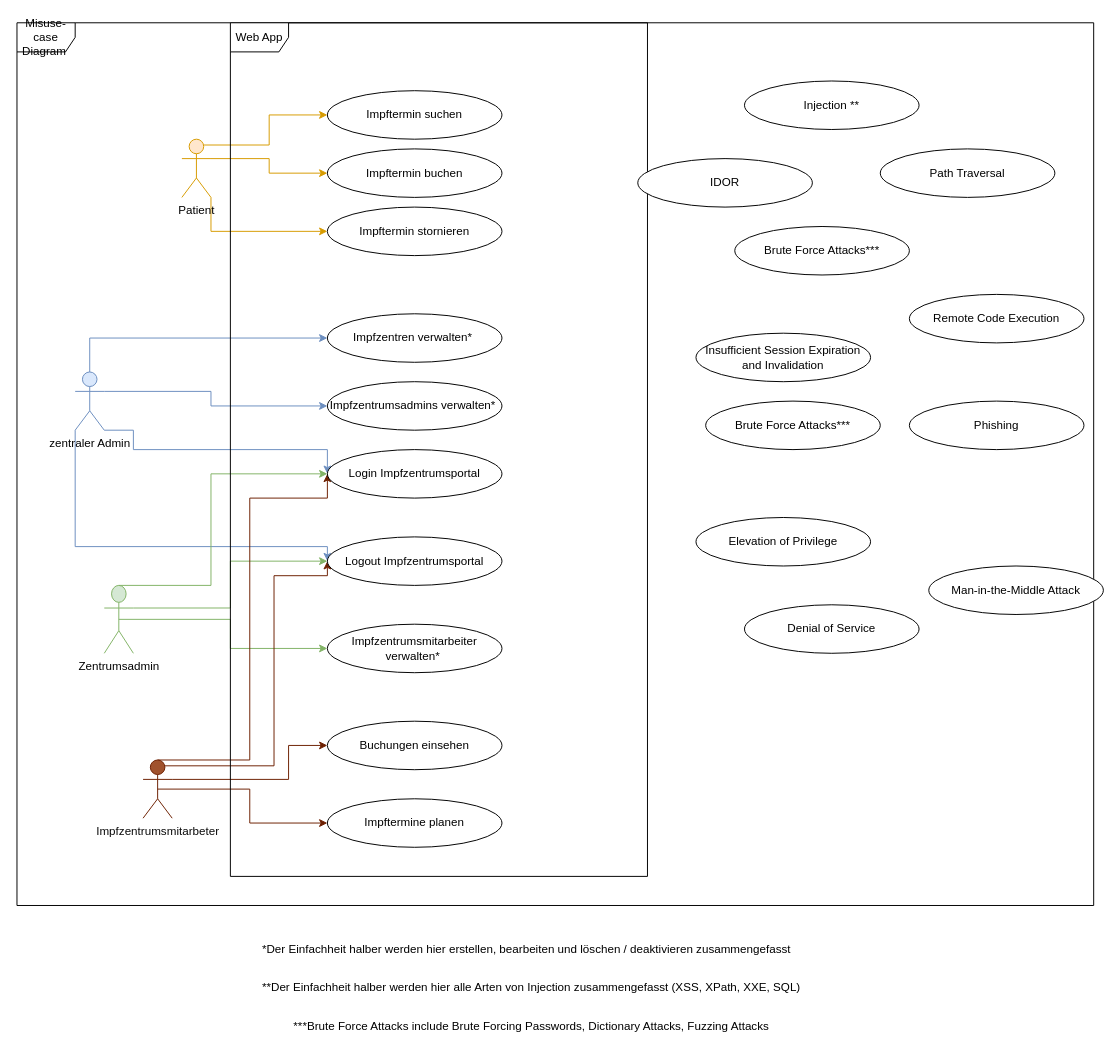
Above: Untitled Diagram.drawio in janafarag/sswe (draw.io), before the change. Source tidied: cells renumbered, new cells numbered last; positions are measured from the earlier drawing's top-left corner, leaving out a move shared by most shapes. Both pictures are drawn from the tidied source at 97%, with x=0, y=0 at pixel (16, 22).
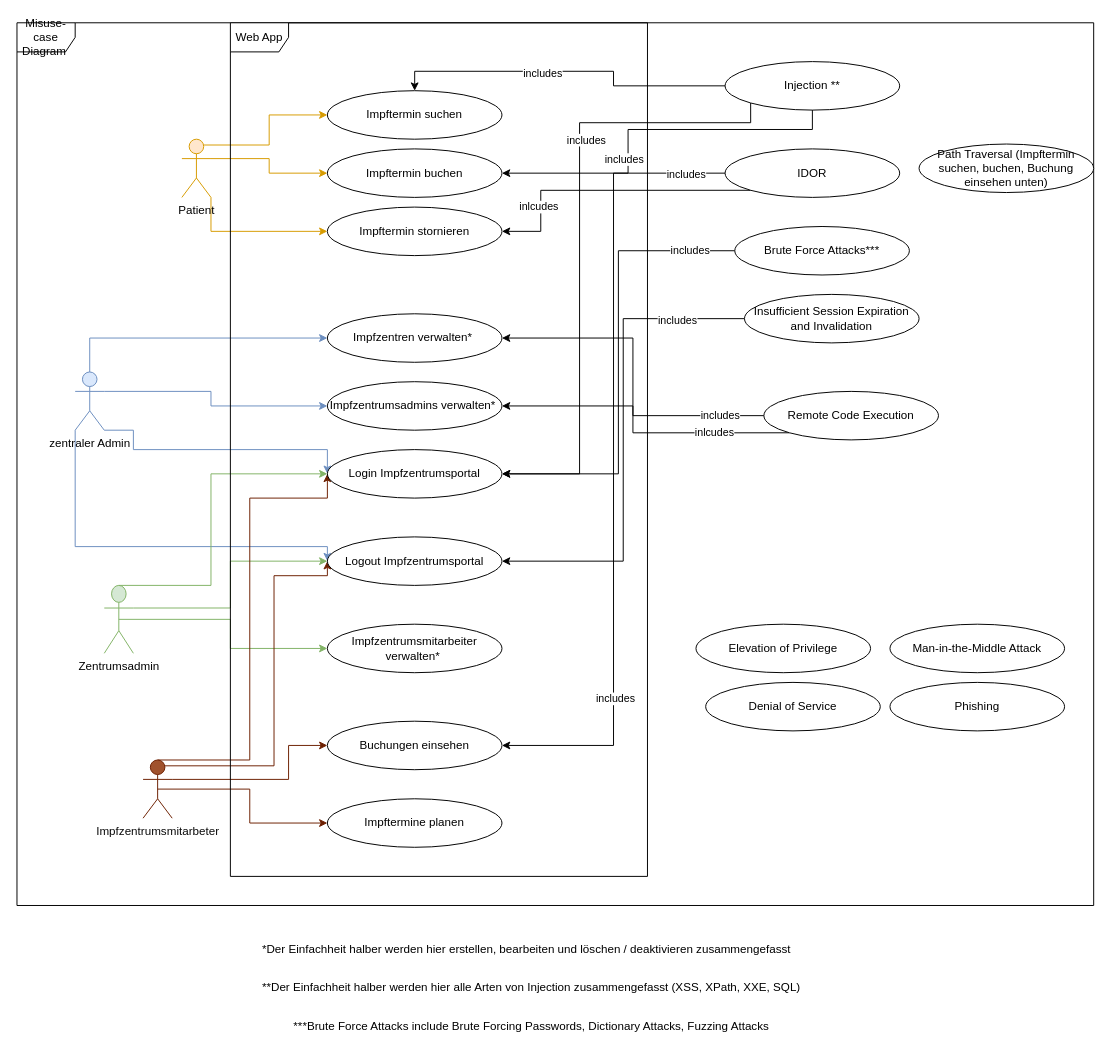
After the change.

The change refers to these unchanged cells:
```xml
<mxCell id="20" value="Impftermin buchen" style="ellipse;whiteSpace=wrap;html=1;" parent="1" vertex="1">
  <mxGeometry x="320" y="130" width="180" height="50" as="geometry" />
</mxCell>
<mxCell id="21" value="Impftermin stornieren" style="ellipse;whiteSpace=wrap;html=1;" parent="1" vertex="1">
  <mxGeometry x="320" y="190" width="180" height="50" as="geometry" />
</mxCell>
<mxCell id="22" value="Impfzentren verwalten*&amp;nbsp;" style="ellipse;whiteSpace=wrap;html=1;" parent="1" vertex="1">
  <mxGeometry x="320" y="300" width="180" height="50" as="geometry" />
</mxCell>
<mxCell id="23" value="Impfzentrumsadmins verwalten*&amp;nbsp;" style="ellipse;whiteSpace=wrap;html=1;" parent="1" vertex="1">
  <mxGeometry x="320" y="370" width="180" height="50" as="geometry" />
</mxCell>
<mxCell id="24" value="Login Impfzentrumsportal" style="ellipse;whiteSpace=wrap;html=1;" parent="1" vertex="1">
  <mxGeometry x="320" y="440" width="180" height="50" as="geometry" />
</mxCell>
<mxCell id="25" value="Logout Impfzentrumsportal" style="ellipse;whiteSpace=wrap;html=1;" parent="1" vertex="1">
  <mxGeometry x="320" y="530" width="180" height="50" as="geometry" />
</mxCell>
<mxCell id="27" value="Buchungen einsehen" style="ellipse;whiteSpace=wrap;html=1;" parent="1" vertex="1">
  <mxGeometry x="320" y="720" width="180" height="50" as="geometry" />
</mxCell>
<mxCell id="29" value="Impftermin suchen" style="ellipse;whiteSpace=wrap;html=1;" parent="1" vertex="1">
  <mxGeometry x="320" y="70" width="180" height="50" as="geometry" />
</mxCell>
<mxCell id="37" value="Brute Force Attacks***" style="ellipse;whiteSpace=wrap;html=1;" parent="1" vertex="1">
  <mxGeometry x="740" y="210" width="180" height="50" as="geometry" />
</mxCell>
```

The edit, as a diff of the source:
```diff
@@
+    <mxCell id="46" style="edgeStyle=orthogonalEdgeStyle;rounded=0;jettySize=auto;html=1;exitX=0;exitY=1;exitDx=0;exitDy=0;entryX=1;entryY=0.5;entryDx=0;entryDy=0;" parent="1" edge="1" source="34" target="24">
+      <mxGeometry relative="1" as="geometry">
+        <Array as="points">
+          <mxPoint x="580" y="103" />
+          <mxPoint x="580" y="465" />
+        </Array>
+      </mxGeometry>
+    </mxCell>
+    <mxCell id="47" value="includes" style="edgeLabel;html=1;align=center;verticalAlign=middle;" parent="46" vertex="1">
+      <mxGeometry x="-0.61" y="-2" relative="1" as="geometry">
+        <mxPoint x="-65" y="19" as="offset" />
+      </mxGeometry>
+    </mxCell>
+    <mxCell id="48" style="edgeStyle=orthogonalEdgeStyle;rounded=0;jettySize=auto;html=1;exitX=0.5;exitY=1;exitDx=0;exitDy=0;entryX=1;entryY=0.5;entryDx=0;entryDy=0;" parent="1" edge="1" source="34" target="20">
+      <mxGeometry relative="1" as="geometry">
+        <Array as="points">
+          <mxPoint x="630" y="110" />
+          <mxPoint x="630" y="155" />
+        </Array>
+      </mxGeometry>
+    </mxCell>
+    <mxCell id="49" value="includes" style="edgeLabel;html=1;align=center;verticalAlign=middle;" parent="48" vertex="1">
+      <mxGeometry y="1" relative="1" as="geometry">
+        <mxPoint x="-22" y="29" as="offset" />
+      </mxGeometry>
+    </mxCell>
+    <mxCell id="50" style="edgeStyle=orthogonalEdgeStyle;rounded=0;jettySize=auto;html=1;exitX=0;exitY=0.5;exitDx=0;exitDy=0;entryX=0.5;entryY=0;entryDx=0;entryDy=0;" parent="1" edge="1" source="34" target="29">
+      <mxGeometry relative="1" as="geometry" />
+    </mxCell>
+    <mxCell id="51" value="includes" style="edgeLabel;html=1;align=center;verticalAlign=middle;" parent="50" vertex="1">
+      <mxGeometry x="0.15" y="1" relative="1" as="geometry" />
+    </mxCell>
     <mxCell id="34" value="Injection **" style="ellipse;whiteSpace=wrap;html=1;" parent="1" vertex="1">
-      <mxGeometry x="750" y="60" width="180" height="50" as="geometry" />
+      <mxGeometry x="730" y="40" width="180" height="50" as="geometry" />
     </mxCell>
+    <mxCell id="52" style="edgeStyle=orthogonalEdgeStyle;rounded=0;jettySize=auto;html=1;exitX=0;exitY=0.5;exitDx=0;exitDy=0;entryX=1;entryY=0.5;entryDx=0;entryDy=0;" parent="1" edge="1" source="35" target="27">
+      <mxGeometry relative="1" as="geometry" />
+    </mxCell>
+    <mxCell id="53" value="includes" style="edgeLabel;html=1;align=center;verticalAlign=middle;" parent="52" vertex="1">
+      <mxGeometry x="0.6" y="1" relative="1" as="geometry" />
+    </mxCell>
+    <mxCell id="54" value="includes" style="edgeLabel;html=1;align=center;verticalAlign=middle;" parent="52" vertex="1">
+      <mxGeometry x="-0.9" relative="1" as="geometry" />
+    </mxCell>
+    <mxCell id="55" style="edgeStyle=orthogonalEdgeStyle;rounded=0;jettySize=auto;html=1;exitX=0;exitY=1;exitDx=0;exitDy=0;entryX=1;entryY=0.5;entryDx=0;entryDy=0;" parent="1" edge="1" source="35" target="21">
+      <mxGeometry relative="1" as="geometry">
+        <Array as="points">
+          <mxPoint x="540" y="173" />
+          <mxPoint x="540" y="215" />
+        </Array>
+      </mxGeometry>
+    </mxCell>
+    <mxCell id="56" value="inlcudes" style="edgeLabel;html=1;align=center;verticalAlign=middle;" parent="55" vertex="1">
+      <mxGeometry x="0.56" y="-3" relative="1" as="geometry" />
+    </mxCell>
     <mxCell id="35" value="IDOR" style="ellipse;whiteSpace=wrap;html=1;" parent="1" vertex="1">
-      <mxGeometry x="640" y="140" width="180" height="50" as="geometry" />
+      <mxGeometry x="730" y="130" width="180" height="50" as="geometry" />
     </mxCell>
-    <mxCell id="36" value="Path Traversal" style="ellipse;whiteSpace=wrap;html=1;" parent="1" vertex="1">
-      <mxGeometry x="890" y="130" width="180" height="50" as="geometry" />
+    <mxCell id="36" value="Path Traversal (Impftermin suchen, buchen, Buchung einsehen unten)" style="ellipse;whiteSpace=wrap;html=1;" parent="1" vertex="1">
+      <mxGeometry x="930" y="125" width="180" height="50" as="geometry" />
     </mxCell>
+    <mxCell id="57" style="edgeStyle=orthogonalEdgeStyle;rounded=0;jettySize=auto;html=1;exitX=0;exitY=0.5;exitDx=0;exitDy=0;entryX=1;entryY=0.5;entryDx=0;entryDy=0;" parent="1" edge="1" source="37" target="24">
+      <mxGeometry relative="1" as="geometry" />
+    </mxCell>
+    <mxCell id="58" value="includes" style="edgeLabel;html=1;align=center;verticalAlign=middle;" parent="57" vertex="1">
+      <mxGeometry x="-0.8" y="-1" relative="1" as="geometry" />
+    </mxCell>
@@
+    <mxCell id="59" style="edgeStyle=orthogonalEdgeStyle;rounded=0;jettySize=auto;html=1;exitX=0;exitY=0.5;exitDx=0;exitDy=0;entryX=1;entryY=0.5;entryDx=0;entryDy=0;" parent="1" edge="1" source="39" target="25">
+      <mxGeometry relative="1" as="geometry" />
+    </mxCell>
+    <mxCell id="60" value="includes" style="edgeLabel;html=1;align=center;verticalAlign=middle;" parent="59" vertex="1">
+      <mxGeometry x="-0.72" y="1" relative="1" as="geometry" />
+    </mxCell>
     <mxCell id="39" value="Insufficient Session Expiration and Invalidation" style="ellipse;whiteSpace=wrap;html=1;" parent="1" vertex="1">
-      <mxGeometry x="700" y="320" width="180" height="50" as="geometry" />
+      <mxGeometry x="750" y="280" width="180" height="50" as="geometry" />
     </mxCell>
-    <mxCell id="40" value="Brute Force Attacks***" style="ellipse;whiteSpace=wrap;html=1;" parent="1" vertex="1">
-      <mxGeometry x="710" y="390" width="180" height="50" as="geometry" />
-    </mxCell>
     <mxCell id="41" value="Elevation of Privilege" style="ellipse;whiteSpace=wrap;html=1;" parent="1" vertex="1">
-      <mxGeometry x="700" y="510" width="180" height="50" as="geometry" />
+      <mxGeometry x="700" y="620" width="180" height="50" as="geometry" />
     </mxCell>
     <mxCell id="42" value="Denial of Service" style="ellipse;whiteSpace=wrap;html=1;" parent="1" vertex="1">
-      <mxGeometry x="750" y="600" width="180" height="50" as="geometry" />
+      <mxGeometry x="710" y="680" width="180" height="50" as="geometry" />
     </mxCell>
+    <mxCell id="61" style="edgeStyle=orthogonalEdgeStyle;rounded=0;jettySize=auto;html=1;exitX=0;exitY=0.5;exitDx=0;exitDy=0;entryX=1;entryY=0.5;entryDx=0;entryDy=0;" parent="1" edge="1" source="43" target="22">
+      <mxGeometry relative="1" as="geometry" />
+    </mxCell>
+    <mxCell id="62" value="includes" style="edgeLabel;html=1;align=center;verticalAlign=middle;" parent="61" vertex="1">
+      <mxGeometry x="-0.74" y="-1" relative="1" as="geometry" />
+    </mxCell>
+    <mxCell id="63" style="edgeStyle=orthogonalEdgeStyle;rounded=0;jettySize=auto;html=1;exitX=0;exitY=1;exitDx=0;exitDy=0;entryX=1;entryY=0.5;entryDx=0;entryDy=0;" parent="1" edge="1" source="43" target="23">
+      <mxGeometry relative="1" as="geometry" />
+    </mxCell>
+    <mxCell id="64" value="inlcudes" style="edgeLabel;html=1;align=center;verticalAlign=middle;" parent="63" vertex="1">
+      <mxGeometry x="-0.52" y="-1" relative="1" as="geometry" />
+    </mxCell>
     <mxCell id="43" value="Remote Code Execution" style="ellipse;whiteSpace=wrap;html=1;" parent="1" vertex="1">
-      <mxGeometry x="920" y="280" width="180" height="50" as="geometry" />
+      <mxGeometry x="770" y="380" width="180" height="50" as="geometry" />
     </mxCell>
     <mxCell id="44" value="Phishing" style="ellipse;whiteSpace=wrap;html=1;" parent="1" vertex="1">
-      <mxGeometry x="920" y="390" width="180" height="50" as="geometry" />
+      <mxGeometry x="900" y="680" width="180" height="50" as="geometry" />
     </mxCell>
     <mxCell id="45" value="Man-in-the-Middle Attack" style="ellipse;whiteSpace=wrap;html=1;" parent="1" vertex="1">
-      <mxGeometry x="940" y="560" width="180" height="50" as="geometry" />
+      <mxGeometry x="900" y="620" width="180" height="50" as="geometry" />
     </mxCell>
```
